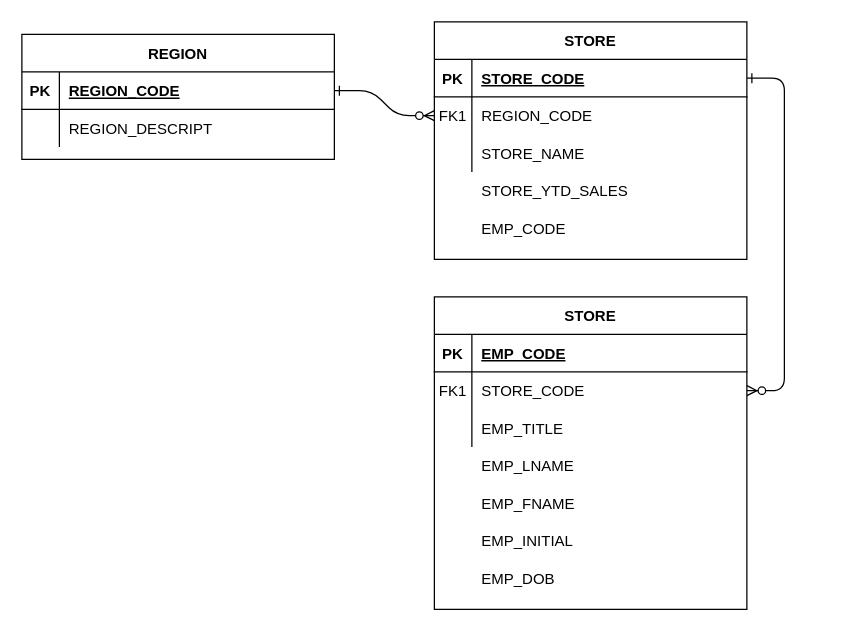
Above: database_manager_hw2_relational_diagram.drawio in jackychia/-6- (draw.io), before the change. Source tidied: cells renumbered, new cells numbered last; positions are measured from the earlier drawing's top-left corner, leaving out a move shared by most shapes. Both pictures are drawn from the tidied source at 125%, with x=0, y=0 at pixel (21, 21).
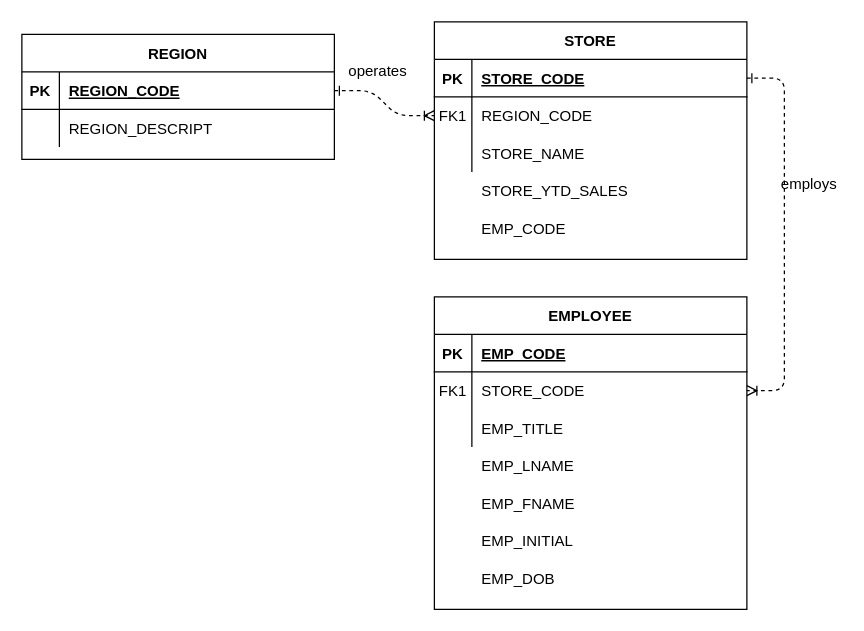
The same diagram, later.

The change refers to these unchanged cells:
```xml
<mxCell id="5" style="shape=partialRectangle;fillColor=none;points=[[0,0.5],[1,0.5]];portConstraint=eastwest;top=0;left=0;right=0;bottom=1;" parent="4" vertex="1">
  <mxGeometry y="30" width="250" height="30" as="geometry" />
</mxCell>
<mxCell id="13" style="shape=partialRectangle;fillColor=none;points=[[0,0.5],[1,0.5]];portConstraint=eastwest;top=0;left=0;right=0;bottom=1;" parent="12" vertex="1">
  <mxGeometry y="30" width="250" height="30" as="geometry" />
</mxCell>
<mxCell id="16" style="shape=partialRectangle;fillColor=none;points=[[0,0.5],[1,0.5]];portConstraint=eastwest;top=0;left=0;right=0;bottom=0;" parent="12" vertex="1">
  <mxGeometry y="60" width="250" height="30" as="geometry" />
</mxCell>
<mxCell id="24" style="group;" parent="1" vertex="1">
  <mxGeometry x="330" y="220" width="250" height="250" as="geometry" />
</mxCell>
<mxCell id="33" style="shape=partialRectangle;fillColor=none;points=[[0,0.5],[1,0.5]];portConstraint=eastwest;top=0;left=0;right=0;bottom=0;" parent="29" vertex="1">
  <mxGeometry y="60" width="250" height="30" as="geometry" />
</mxCell>
```

Diff of the diagram source:
```diff
@@
-    <mxCell id="2" style="edgeStyle=entityRelationEdgeStyle;endArrow=ERzeroToMany;startArrow=ERone;endFill=1;startFill=0;" parent="1" edge="1" source="5" target="16">
+    <mxCell id="2" style="edgeStyle=entityRelationEdgeStyle;endArrow=ERoneToMany;startArrow=ERone;endFill=0;startFill=0;dashed=1;" parent="1" edge="1" source="5" target="16">
       <mxGeometry relative="1" as="geometry" />
     </mxCell>
-    <mxCell id="3" style="edgeStyle=entityRelationEdgeStyle;endArrow=ERzeroToMany;startArrow=ERone;endFill=1;startFill=0;" parent="1" edge="1" source="13" target="33">
+    <mxCell id="3" style="edgeStyle=entityRelationEdgeStyle;endArrow=ERoneToMany;startArrow=ERone;endFill=0;startFill=0;dashed=1;" parent="1" edge="1" source="13" target="33">
       <mxGeometry relative="1" as="geometry" />
     </mxCell>
@@
-    <mxCell id="29" value="STORE" style="shape=table;startSize=30;childLayout=tableLayout;rowLines=0;fontStyle=1;align=center;" parent="24" vertex="1">
+    <mxCell id="29" value="EMPLOYEE" style="shape=table;startSize=30;childLayout=tableLayout;rowLines=0;fontStyle=1;align=center;" parent="24" vertex="1">
       <mxGeometry width="250" height="250" as="geometry" />
     </mxCell>
@@
+    <mxCell id="39" value="operates" style="text;html=1;strokeColor=none;fillColor=none;align=center;verticalAlign=middle;whiteSpace=wrap;rounded=0;shadow=1;" parent="1" vertex="1">
+      <mxGeometry x="265" y="30" width="40" height="20" as="geometry" />
+    </mxCell>
+    <mxCell id="40" value="employs" style="text;html=1;strokeColor=none;fillColor=none;align=center;verticalAlign=middle;whiteSpace=wrap;rounded=0;shadow=1;" parent="1" vertex="1">
+      <mxGeometry x="610" y="120" width="40" height="20" as="geometry" />
+    </mxCell>
```
